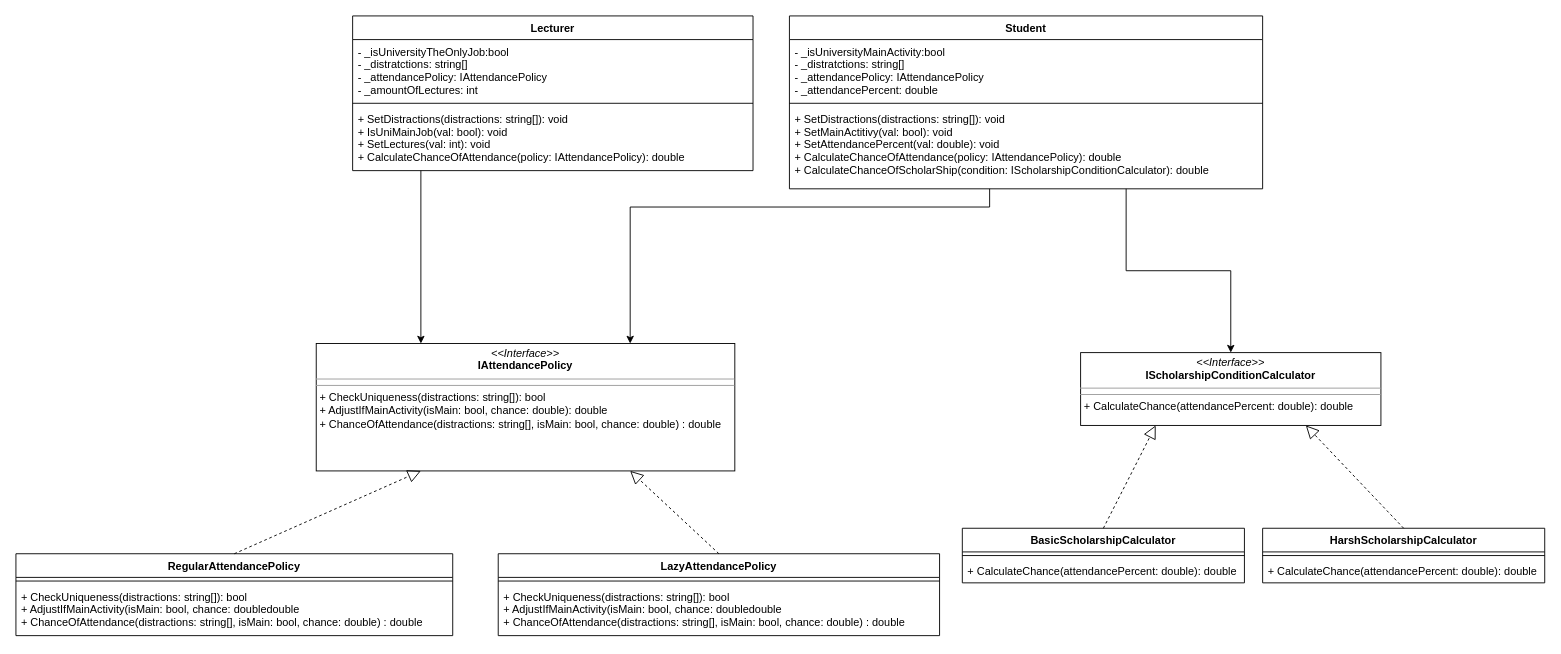
Earlier version of the draw.io diagram Diagrams/strategija.drawio (MeTTacuS/PSP1). Source tidied: cells renumbered, new cells numbered last; positions are measured from the earlier drawing's top-left corner, leaving out a move shared by most shapes. Both pictures are drawn from the tidied source at 91%, with x=0, y=0 at pixel (15, 15).
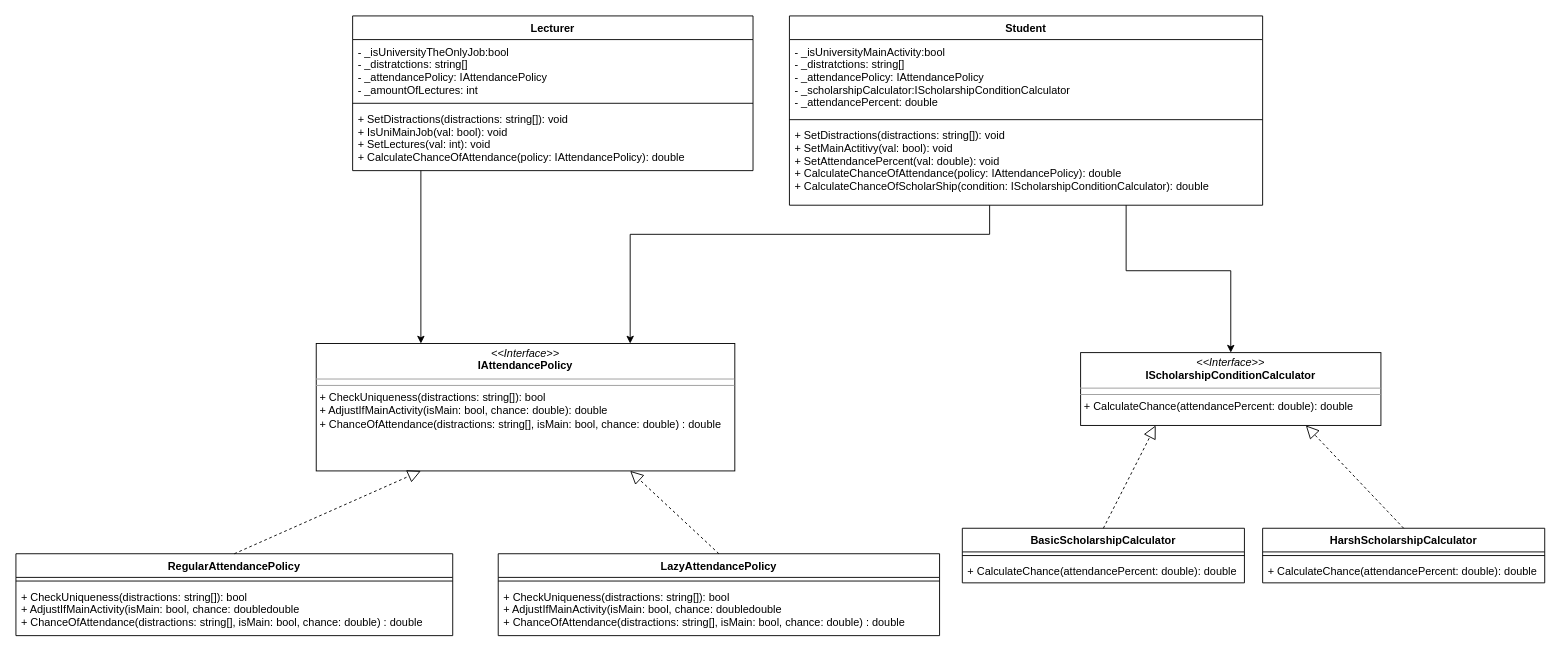
The same page after the edit.

Unchanged cells that the change refers to:
```xml
<mxCell id="2" value="&lt;p style=&quot;margin: 0px ; margin-top: 4px ; text-align: center&quot;&gt;&lt;i&gt;&amp;lt;&amp;lt;Interface&amp;gt;&amp;gt;&lt;/i&gt;&lt;br&gt;&lt;b&gt;IAttendancePolicy&lt;/b&gt;&lt;br&gt;&lt;/p&gt;&lt;hr size=&quot;1&quot;&gt;&lt;hr size=&quot;1&quot;&gt;&lt;p style=&quot;margin: 0px ; margin-left: 4px&quot;&gt;+ CheckUniqueness(distractions: string[]): bool&lt;br&gt;+ AdjustIfMainActivity(isMain: bool, chance: double): double&lt;/p&gt;&lt;p style=&quot;margin: 0px ; margin-left: 4px&quot;&gt;+ ChanceOfAttendance(distractions: string[], isMain: bool, chance: double) : double&lt;br&gt;&lt;/p&gt;" style="verticalAlign=top;align=left;overflow=fill;fontSize=12;fontFamily=Helvetica;html=1;rounded=0;shadow=0;comic=0;labelBackgroundColor=none;strokeColor=#000000;strokeWidth=1;fillColor=#ffffff;" parent="1" vertex="1">
  <mxGeometry x="330" y="360" width="460" height="140" as="geometry" />
</mxCell>
```

What changed in the source:
```diff
@@
     <mxCell id="11" style="edgeStyle=orthogonalEdgeStyle;rounded=0;jettySize=auto;html=1;entryX=0.75;entryY=0;entryDx=0;entryDy=0;" parent="1" edge="1" source="13" target="2">
       <mxGeometry relative="1" as="geometry">
         <Array as="points">
-          <mxPoint x="1070" y="210" />
-          <mxPoint x="675" y="210" />
+          <mxPoint x="1070" y="240" />
+          <mxPoint x="675" y="240" />
         </Array>
       </mxGeometry>
     </mxCell>
@@
     <mxCell id="13" value="Student" style="swimlane;fontStyle=1;align=center;verticalAlign=top;horizontal=1;startSize=26;" parent="1" vertex="1">
-      <mxGeometry x="850" width="520" height="190" as="geometry" />
+      <mxGeometry x="850" width="520" height="208" as="geometry" />
     </mxCell>
-    <mxCell id="14" value="- _isUniversityMainActivity:bool&#10;- _distratctions: string[]&#10;- _attendancePolicy: IAttendancePolicy&#10;- _attendancePercent: double&#10;" style="text;strokeColor=none;fillColor=none;align=left;verticalAlign=top;spacingLeft=4;spacingRight=4;overflow=hidden;" parent="13" vertex="1">
-      <mxGeometry y="26" width="520" height="66" as="geometry" />
+    <mxCell id="14" value="- _isUniversityMainActivity:bool&#10;- _distratctions: string[]&#10;- _attendancePolicy: IAttendancePolicy&#10;- _scholarshipCalculator:IScholarshipConditionCalculator&#10;- _attendancePercent: double&#10;" style="text;strokeColor=none;fillColor=none;align=left;verticalAlign=top;spacingLeft=4;spacingRight=4;overflow=hidden;" parent="13" vertex="1">
+      <mxGeometry y="26" width="520" height="84" as="geometry" />
     </mxCell>
     <mxCell id="15" style="line;strokeWidth=1;fillColor=none;align=left;verticalAlign=middle;spacingTop=-1;spacingLeft=3;spacingRight=3;labelPosition=right;" parent="13" vertex="1">
-      <mxGeometry y="92" width="520" height="8" as="geometry" />
+      <mxGeometry y="110" width="520" height="8" as="geometry" />
     </mxCell>
     <mxCell id="16" value="+ SetDistractions(distractions: string[]): void&#10;+ SetMainActitivy(val: bool): void&#10;+ SetAttendancePercent(val: double): void&#10;+ CalculateChanceOfAttendance(policy: IAttendancePolicy): double&#10;+ CalculateChanceOfScholarShip(condition: IScholarshipConditionCalculator): double&#10;" style="text;strokeColor=none;fillColor=none;align=left;verticalAlign=top;spacingLeft=4;spacingRight=4;overflow=hidden;" parent="13" vertex="1">
-      <mxGeometry y="100" width="520" height="90" as="geometry" />
+      <mxGeometry y="118" width="520" height="90" as="geometry" />
     </mxCell>
```
